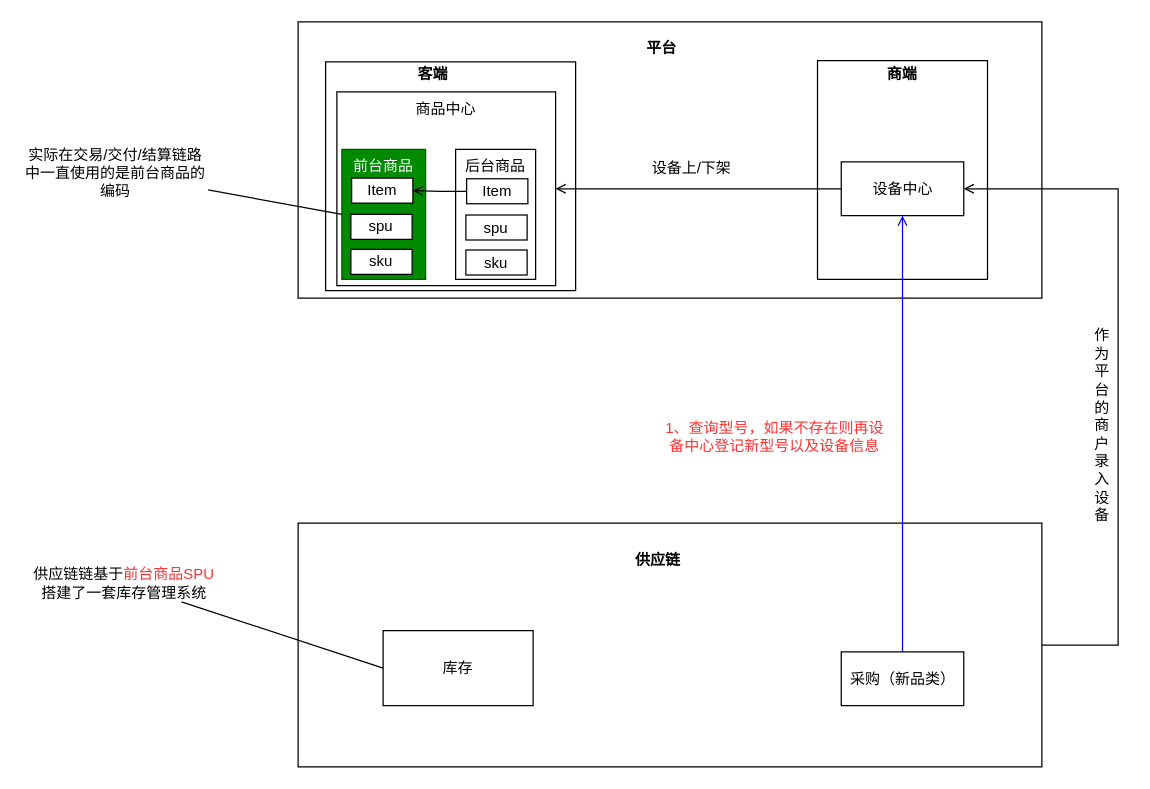
The draw.io diagram page "Page-15" (15 of 15) of docs/自营重构2.drawio in lokiworks/codebase, before the edit. Source tidied: cells renumbered, new cells numbered last; positions are measured from the earlier drawing's top-left corner, leaving out a move shared by most shapes. Both pictures are drawn from the tidied source at 125%, with x=0, y=0 at pixel (22, 21).
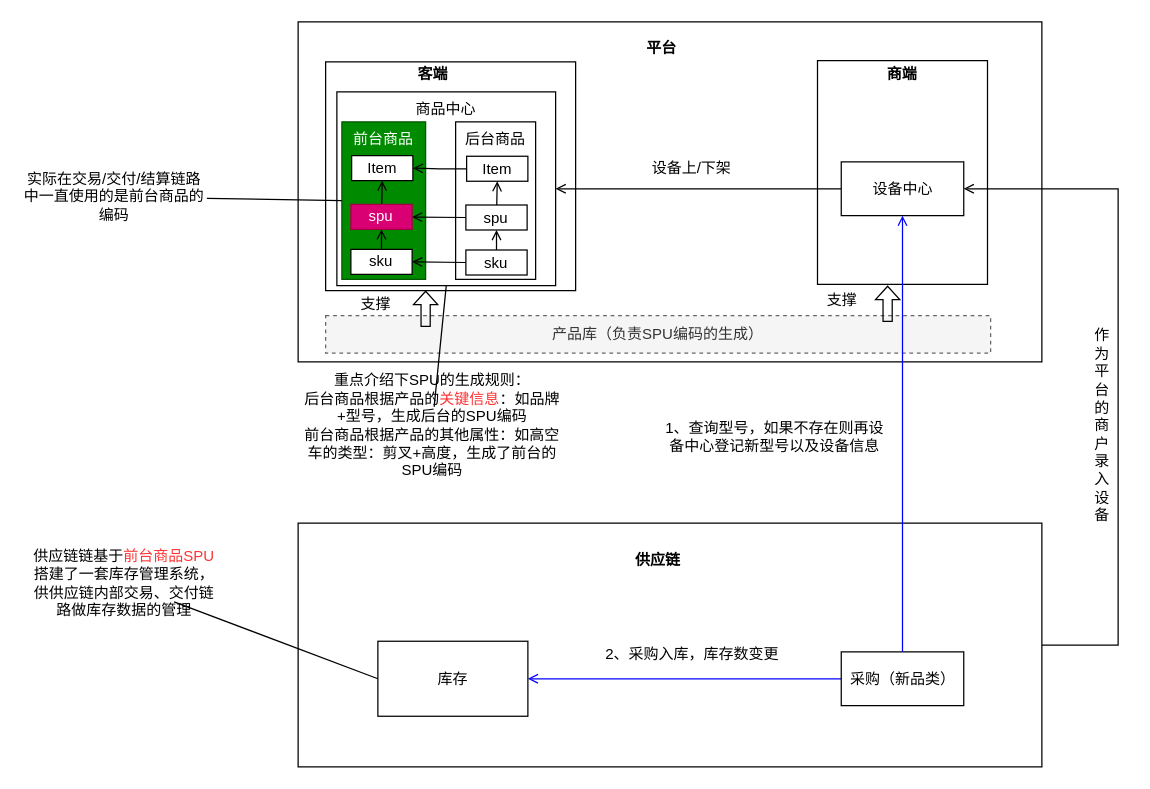
After the change.

The change refers to these unchanged cells:
```xml
<mxCell id="10" value="商品中心" style="rounded=0;whiteSpace=wrap;html=1;verticalAlign=top;" parent="1" vertex="1">
  <mxGeometry x="251" y="56" width="175" height="155" as="geometry" />
</mxCell>
<mxCell id="15" value="采购（新品类）" style="rounded=0;whiteSpace=wrap;html=1;" parent="1" vertex="1">
  <mxGeometry x="654.5" y="504" width="98" height="43" as="geometry" />
</mxCell>
<mxCell id="21" value="sku" style="rounded=0;whiteSpace=wrap;html=1;" parent="1" vertex="1">
  <mxGeometry x="262.2" y="182" width="49" height="20" as="geometry" />
</mxCell>
<mxCell id="25" value="sku" style="rounded=0;whiteSpace=wrap;html=1;" parent="1" vertex="1">
  <mxGeometry x="354.2" y="182.5" width="49" height="20" as="geometry" />
</mxCell>
```

What changed in the source:
```diff
@@
     <mxCell id="2" style="rounded=0;whiteSpace=wrap;html=1;" parent="1" vertex="1">
-      <mxGeometry x="220" width="595" height="221" as="geometry" />
+      <mxGeometry x="220" width="595" height="272" as="geometry" />
     </mxCell>
@@
     <mxCell id="8" style="rounded=0;whiteSpace=wrap;html=1;" parent="1" vertex="1">
-      <mxGeometry x="635.5" y="31" width="136" height="175" as="geometry" />
+      <mxGeometry x="635.5" y="31" width="136" height="179" as="geometry" />
     </mxCell>
@@
+    <mxCell id="33" style="edgeStyle=none;rounded=0;jettySize=auto;html=1;exitX=0;exitY=0.5;exitDx=0;exitDy=0;strokeColor=#0000FF;fontColor=#FF3333;endArrow=open;endFill=0;" parent="1" edge="1" source="15" target="28">
+      <mxGeometry relative="1" as="geometry" />
+    </mxCell>
@@
     <mxCell id="17" value="前台商品" style="rounded=0;whiteSpace=wrap;html=1;verticalAlign=top;fillColor=#008a00;fontColor=#ffffff;strokeColor=#005700;" parent="1" vertex="1">
-      <mxGeometry x="255" y="102" width="67" height="104" as="geometry" />
+      <mxGeometry x="255" y="80" width="67" height="126" as="geometry" />
     </mxCell>
     <mxCell id="18" value="后台商品" style="rounded=0;whiteSpace=wrap;html=1;verticalAlign=top;" parent="1" vertex="1">
-      <mxGeometry x="346" y="102" width="64" height="104" as="geometry" />
+      <mxGeometry x="346" y="80" width="64" height="126" as="geometry" />
     </mxCell>
     <mxCell id="19" value="Item" style="rounded=0;whiteSpace=wrap;html=1;" parent="1" vertex="1">
-      <mxGeometry x="262.8" y="125" width="49" height="20" as="geometry" />
+      <mxGeometry x="262.8" y="107" width="49" height="20" as="geometry" />
     </mxCell>
+    <mxCell id="34" style="edgeStyle=none;rounded=0;jettySize=auto;html=1;entryX=0.5;entryY=1;entryDx=0;entryDy=0;strokeColor=#000000;fontColor=#000000;endArrow=open;endFill=0;" parent="1" edge="1" source="20" target="19">
+      <mxGeometry relative="1" as="geometry" />
+    </mxCell>
-    <mxCell id="20" value="spu" style="rounded=0;whiteSpace=wrap;html=1;" parent="1" vertex="1">
-      <mxGeometry x="262.2" y="154" width="49" height="20" as="geometry" />
+    <mxCell id="20" value="spu" style="rounded=0;whiteSpace=wrap;html=1;fillColor=#d80073;fontColor=#ffffff;strokeColor=#A50040;" parent="1" vertex="1">
+      <mxGeometry x="262.2" y="146" width="49" height="20" as="geometry" />
     </mxCell>
+    <mxCell id="35" style="edgeStyle=none;rounded=0;jettySize=auto;html=1;exitX=0.5;exitY=0;exitDx=0;exitDy=0;entryX=0.5;entryY=1;entryDx=0;entryDy=0;strokeColor=#000000;fontColor=#000000;endArrow=open;endFill=0;" parent="1" edge="1" source="21" target="20">
+      <mxGeometry relative="1" as="geometry" />
+    </mxCell>
@@
     <mxCell id="23" value="Item" style="rounded=0;whiteSpace=wrap;html=1;" parent="1" vertex="1">
-      <mxGeometry x="354.8" y="125.5" width="49" height="20" as="geometry" />
+      <mxGeometry x="354.8" y="107.5" width="49" height="20" as="geometry" />
     </mxCell>
+    <mxCell id="36" style="edgeStyle=none;rounded=0;jettySize=auto;html=1;exitX=0;exitY=0.5;exitDx=0;exitDy=0;strokeColor=#000000;fontColor=#000000;endArrow=open;endFill=0;fillColor=#0050ef;" parent="1" edge="1" source="24" target="20">
+      <mxGeometry relative="1" as="geometry" />
+    </mxCell>
+    <mxCell id="37" style="edgeStyle=none;rounded=0;jettySize=auto;html=1;entryX=0.5;entryY=1;entryDx=0;entryDy=0;strokeColor=#000000;fontColor=#000000;endArrow=open;endFill=0;" parent="1" edge="1" source="24" target="23">
+      <mxGeometry relative="1" as="geometry" />
+    </mxCell>
     <mxCell id="24" value="spu" style="rounded=0;whiteSpace=wrap;html=1;" parent="1" vertex="1">
-      <mxGeometry x="354.2" y="154.5" width="49" height="20" as="geometry" />
+      <mxGeometry x="354.2" y="146.5" width="49" height="20" as="geometry" />
     </mxCell>
+    <mxCell id="38" style="edgeStyle=none;rounded=0;jettySize=auto;html=1;exitX=0;exitY=0.5;exitDx=0;exitDy=0;entryX=1;entryY=0.5;entryDx=0;entryDy=0;strokeColor=#000000;fontColor=#000000;endArrow=open;endFill=0;" parent="1" edge="1" source="25" target="21">
+      <mxGeometry relative="1" as="geometry" />
+    </mxCell>
+    <mxCell id="39" style="edgeStyle=none;rounded=0;jettySize=auto;html=1;exitX=0.5;exitY=0;exitDx=0;exitDy=0;entryX=0.5;entryY=1;entryDx=0;entryDy=0;strokeColor=#000000;fontColor=#000000;endArrow=open;endFill=0;" parent="1" edge="1" source="25" target="24">
+      <mxGeometry relative="1" as="geometry" />
+    </mxCell>
@@
     <mxCell id="27" value="实际在交易/交付/结算链路中一直使用的是前台商品的编码" style="text;html=1;strokeColor=none;fillColor=none;align=center;verticalAlign=middle;whiteSpace=wrap;rounded=0;" parent="1" vertex="1">
-      <mxGeometry y="106" width="148" height="30" as="geometry" />
+      <mxGeometry x="-1" y="125" width="148" height="30" as="geometry" />
     </mxCell>
     <mxCell id="28" value="库存" style="rounded=0;whiteSpace=wrap;html=1;" parent="1" vertex="1">
-      <mxGeometry x="288" y="487" width="120" height="60" as="geometry" />
+      <mxGeometry x="283.8" y="495.5" width="120" height="60" as="geometry" />
     </mxCell>
@@
-    <mxCell id="30" value="供应链链基于&lt;font color=&quot;#ff3333&quot;&gt;前台商品SPU&lt;/font&gt;搭建了一套库存管理系统" style="text;html=1;strokeColor=none;fillColor=none;align=center;verticalAlign=middle;whiteSpace=wrap;rounded=0;" parent="1" vertex="1">
+    <mxCell id="30" value="供应链链基于&lt;font color=&quot;#ff3333&quot;&gt;前台商品SPU&lt;/font&gt;搭建了一套库存管理系统，供供应链内部交易、交付链路做库存数据的管理" style="text;html=1;strokeColor=none;fillColor=none;align=center;verticalAlign=middle;whiteSpace=wrap;rounded=0;" parent="1" vertex="1">
       <mxGeometry x="5" y="434" width="152" height="30" as="geometry" />
     </mxCell>
+    <mxCell id="32" value="&lt;font color=&quot;#000000&quot;&gt;1、查询型号，如果不存在则再设备中心登记新型号以及设备信息&lt;/font&gt;" style="text;html=1;strokeColor=none;fillColor=none;align=center;verticalAlign=middle;whiteSpace=wrap;rounded=0;fontColor=#FF3333;" parent="1" vertex="1">
+      <mxGeometry x="511" y="317" width="181" height="30" as="geometry" />
+    </mxCell>
+    <mxCell id="40" value="&lt;font color=&quot;#000000&quot;&gt;2、采购入库，库存数变更&lt;/font&gt;" style="text;html=1;strokeColor=none;fillColor=none;align=center;verticalAlign=middle;whiteSpace=wrap;rounded=0;fontColor=#FF3333;" parent="1" vertex="1">
+      <mxGeometry x="444.5" y="491" width="181" height="30" as="geometry" />
+    </mxCell>
+    <mxCell id="41" value="重点介绍下SPU的生成规则：&lt;br&gt;后台商品根据产品的&lt;font color=&quot;#ff3333&quot;&gt;关键信息&lt;/font&gt;：如品牌+型号，生成后台的SPU编码&lt;br&gt;前台商品根据产品的其他属性：如高空车的类型：剪叉+高度，生成了前台的SPU编码" style="text;html=1;strokeColor=none;fillColor=none;align=center;verticalAlign=middle;whiteSpace=wrap;rounded=0;fontColor=#000000;" parent="1" vertex="1">
+      <mxGeometry x="218.8" y="308" width="217" height="30" as="geometry" />
+    </mxCell>
+    <mxCell id="42" value="产品库（负责SPU编码的生成）" style="rounded=0;whiteSpace=wrap;html=1;fontColor=#333333;fillColor=#f5f5f5;strokeColor=#666666;dashed=1;" parent="1" vertex="1">
+      <mxGeometry x="242" y="235" width="532" height="30" as="geometry" />
+    </mxCell>
@@
-    <mxCell id="32" value="1、查询型号，如果不存在则再设备中心登记新型号以及设备信息" style="text;html=1;strokeColor=none;fillColor=none;align=center;verticalAlign=middle;whiteSpace=wrap;rounded=0;fontColor=#FF3333;" parent="1" vertex="1">
-      <mxGeometry x="511" y="317" width="181" height="30" as="geometry" />
-    </mxCell>
+    <mxCell id="43" style="edgeStyle=none;rounded=0;jettySize=auto;html=1;entryX=0.5;entryY=1;entryDx=0;entryDy=0;strokeColor=#000000;fontColor=#FF3333;endArrow=none;endFill=0;" parent="1" edge="1" source="41" target="10">
+      <mxGeometry relative="1" as="geometry" />
+    </mxCell>
+    <mxCell id="44" style="shape=flexArrow;endArrow=classic;html=1;rounded=0;strokeColor=#000000;fontColor=#FF3333;endWidth=11.066666666666666;endSize=3.2;width=7.333333333333333;" parent="1" edge="1">
+      <mxGeometry relative="1" as="geometry">
+        <mxPoint x="322" y="244" as="sourcePoint" />
+        <mxPoint x="322" y="215" as="targetPoint" />
+      </mxGeometry>
+    </mxCell>
+    <mxCell id="45" style="shape=flexArrow;endArrow=classic;html=1;rounded=0;strokeColor=#000000;fontColor=#FF3333;endWidth=11.066666666666666;endSize=3.2;width=7.333333333333333;" parent="1" edge="1">
+      <mxGeometry relative="1" as="geometry">
+        <mxPoint x="691.6" y="240" as="sourcePoint" />
+        <mxPoint x="691.6" y="211" as="targetPoint" />
+      </mxGeometry>
+    </mxCell>
+    <mxCell id="46" value="支撑" style="text;html=1;strokeColor=none;fillColor=none;align=center;verticalAlign=middle;whiteSpace=wrap;rounded=0;dashed=1;fontColor=#000000;" parent="1" vertex="1">
+      <mxGeometry x="255" y="218" width="55" height="16" as="geometry" />
+    </mxCell>
+    <mxCell id="47" value="支撑" style="text;html=1;strokeColor=none;fillColor=none;align=center;verticalAlign=middle;whiteSpace=wrap;rounded=0;dashed=1;fontColor=#000000;" parent="1" vertex="1">
+      <mxGeometry x="628" y="215" width="55" height="16" as="geometry" />
+    </mxCell>
```
